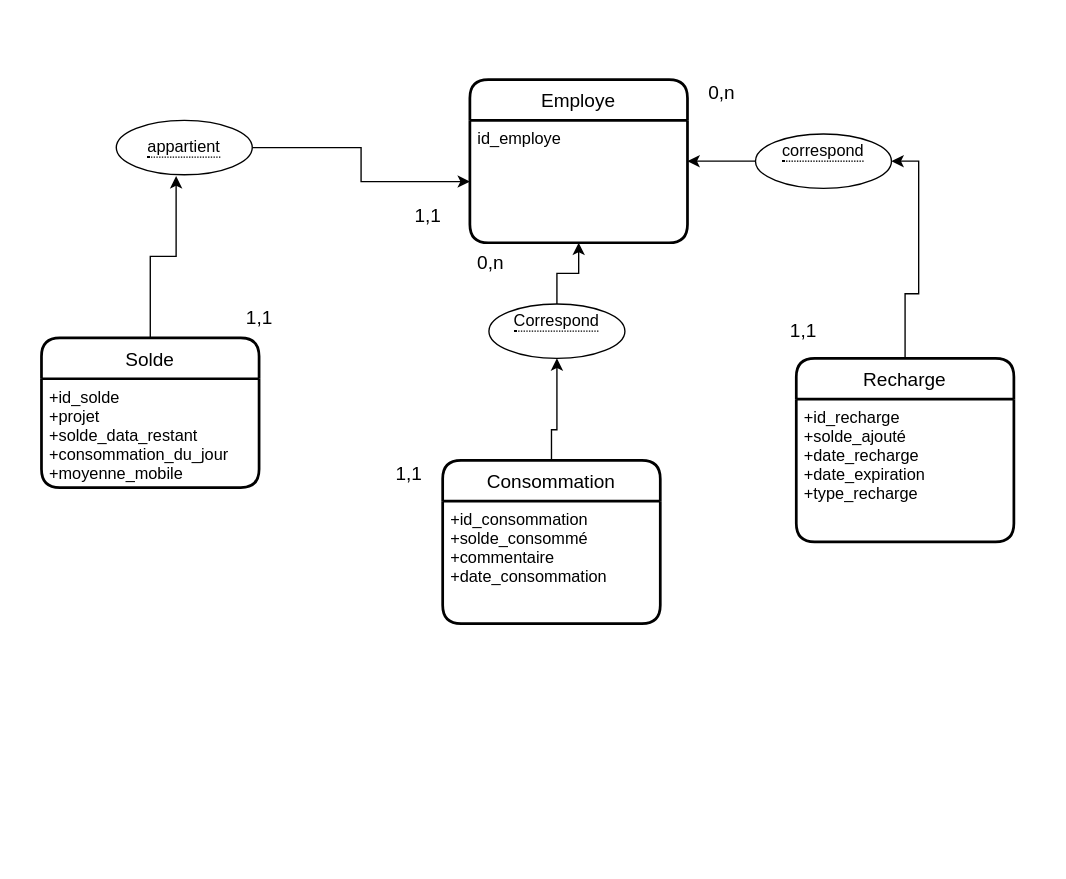
Earlier version of the draw.io diagram Untitled Diagram.drawio (BriceCG/MIGRATION_MIM). Source tidied: cells renumbered, new cells numbered last; positions are measured from the earlier drawing's top-left corner, leaving out a move shared by most shapes. Both pictures are drawn from the tidied source at 136%, with x=0, y=0 at pixel (41, 79).
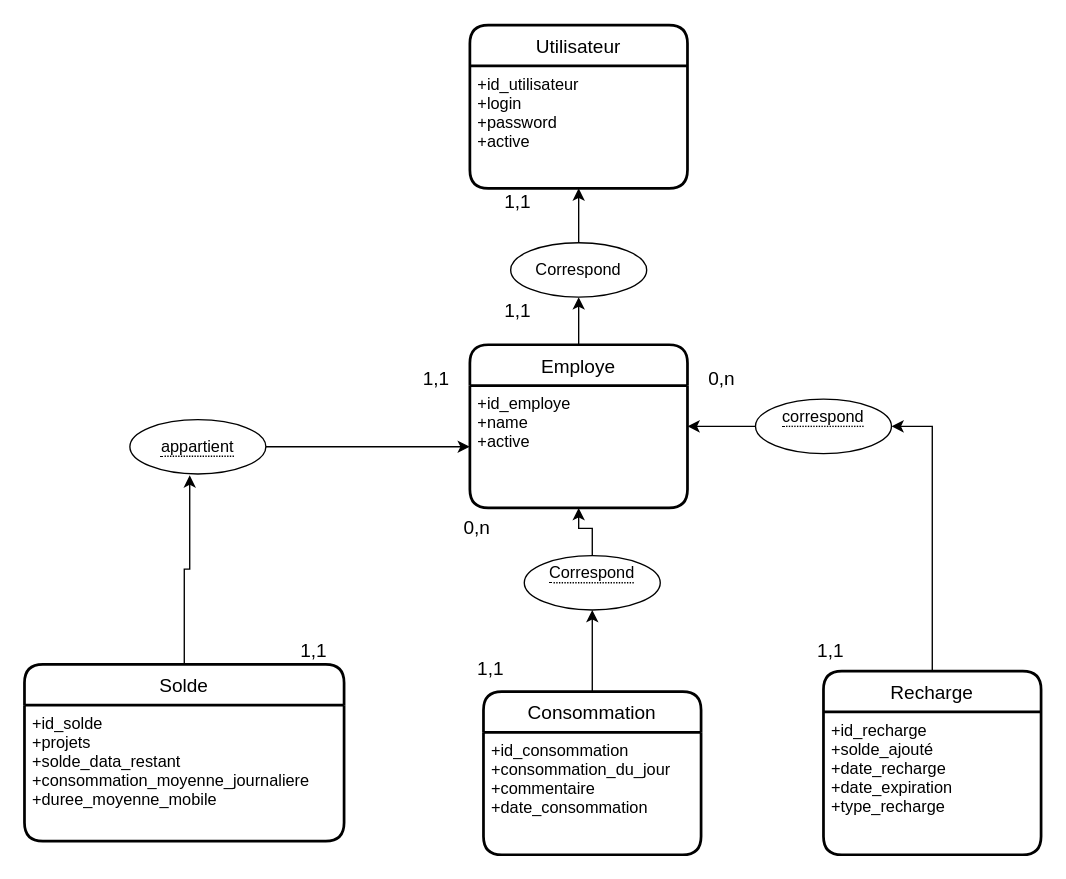
The same diagram, later.

Change to the diagram source:
```diff
@@
     <mxCell id="3" value="&lt;span style=&quot;border-bottom: 1px dotted&quot;&gt;correspond&lt;br&gt;&lt;br&gt;&lt;/span&gt;" style="ellipse;whiteSpace=wrap;html=1;align=center;" parent="1" vertex="1">
-      <mxGeometry x="525" y="40" width="100" height="40" as="geometry" />
+      <mxGeometry x="525" y="235" width="100" height="40" as="geometry" />
     </mxCell>
@@
     <mxCell id="5" value="&lt;font style=&quot;font-size: 14px&quot;&gt;1,1&lt;/font&gt;" style="text;html=1;align=center;verticalAlign=middle;" parent="1" vertex="1">
-      <mxGeometry x="545" y="175" width="30" height="20" as="geometry" />
+      <mxGeometry x="565" y="410" width="30" height="20" as="geometry" />
     </mxCell>
     <mxCell id="6" value="&lt;font style=&quot;font-size: 14px&quot;&gt;0,n&lt;/font&gt;" style="text;html=1;align=center;verticalAlign=middle;" parent="1" vertex="1">
-      <mxGeometry x="485" width="30" height="20" as="geometry" />
+      <mxGeometry x="485" y="210" width="30" height="20" as="geometry" />
     </mxCell>
@@
     <mxCell id="9" value="&lt;span style=&quot;border-bottom: 1px dotted&quot;&gt;Correspond&lt;br&gt;&lt;br&gt;&lt;/span&gt;" style="ellipse;whiteSpace=wrap;html=1;align=center;" parent="1" vertex="1">
-      <mxGeometry x="329" y="165" width="100" height="40" as="geometry" />
+      <mxGeometry x="355" y="350" width="100" height="40" as="geometry" />
     </mxCell>
@@
     <mxCell id="11" value="&lt;font style=&quot;font-size: 14px&quot;&gt;1,1&lt;/font&gt;" style="text;html=1;align=center;verticalAlign=middle;" parent="1" vertex="1">
-      <mxGeometry x="255" y="280" width="30" height="20" as="geometry" />
+      <mxGeometry x="315" y="422.5" width="30" height="20" as="geometry" />
     </mxCell>
     <mxCell id="12" value="&lt;font style=&quot;font-size: 14px&quot;&gt;0,n&lt;/font&gt;" style="text;html=1;align=center;verticalAlign=middle;" parent="1" vertex="1">
-      <mxGeometry x="315" y="125" width="30" height="20" as="geometry" />
+      <mxGeometry x="305" y="320" width="30" height="20" as="geometry" />
     </mxCell>
@@
     <mxCell id="14" value="&lt;span style=&quot;border-bottom: 1px dotted&quot;&gt;appartient&lt;/span&gt;" style="ellipse;whiteSpace=wrap;html=1;align=center;" parent="1" vertex="1">
-      <mxGeometry x="55" y="30" width="100" height="40" as="geometry" />
+      <mxGeometry x="65" y="250" width="100" height="40" as="geometry" />
     </mxCell>
     <mxCell id="15" value="&lt;font style=&quot;font-size: 14px&quot;&gt;1,1&lt;/font&gt;" style="text;html=1;align=center;verticalAlign=middle;" parent="1" vertex="1">
-      <mxGeometry x="145" y="165" width="30" height="20" as="geometry" />
+      <mxGeometry x="185" y="410" width="30" height="20" as="geometry" />
     </mxCell>
     <mxCell id="16" value="&lt;font style=&quot;font-size: 14px&quot;&gt;1,1&lt;/font&gt;" style="text;html=1;align=center;verticalAlign=middle;" parent="1" vertex="1">
-      <mxGeometry x="269" y="90" width="30" height="20" as="geometry" />
+      <mxGeometry x="275" y="210" width="30" height="20" as="geometry" />
     </mxCell>
-    <mxCell id="17" value="Employe" style="swimlane;horizontal=1;startSize=30;rounded=1;fontSize=14;fontStyle=0;strokeWidth=2;shadow=0;dashed=0;align=center;" parent="1" vertex="1">
-      <mxGeometry x="315" width="160" height="120" as="geometry" />
-    </mxCell>
-    <mxCell id="18" value="id_employe" style="align=left;strokeColor=none;fillColor=none;spacingLeft=4;fontSize=12;verticalAlign=top;" parent="17" vertex="1">
-      <mxGeometry y="30" width="160" height="90" as="geometry" />
-    </mxCell>
-    <mxCell id="19" value="Recharge" style="swimlane;horizontal=1;startSize=30;rounded=1;fontSize=14;fontStyle=0;strokeWidth=2;shadow=0;dashed=0;align=center;" parent="1" vertex="1">
-      <mxGeometry x="555" y="205" width="160" height="135" as="geometry" />
-    </mxCell>
-    <mxCell id="20" value="+id_recharge&#10;+solde_ajouté&#10;+date_recharge&#10;+date_expiration&#10;+type_recharge" style="align=left;strokeColor=none;fillColor=none;spacingLeft=4;fontSize=12;verticalAlign=top;" parent="19" vertex="1">
-      <mxGeometry y="30" width="160" height="105" as="geometry" />
-    </mxCell>
     <mxCell id="21" value="Solde" style="swimlane;horizontal=1;startSize=30;rounded=1;fontSize=14;fontStyle=0;strokeWidth=2;shadow=0;dashed=0;align=center;" parent="1" vertex="1">
-      <mxGeometry y="190" width="160" height="110" as="geometry" />
+      <mxGeometry x="-12.5" y="430" width="235" height="130" as="geometry" />
     </mxCell>
-    <mxCell id="22" value="+id_solde&#10;+projet&#10;+solde_data_restant&#10;+consommation_du_jour&#10;+moyenne_mobile" style="align=left;strokeColor=none;fillColor=none;spacingLeft=4;fontSize=12;verticalAlign=top;" parent="21" vertex="1">
-      <mxGeometry y="30" width="160" height="80" as="geometry" />
+    <mxCell id="22" value="+id_solde&#10;+projets&#10;+solde_data_restant&#10;+consommation_moyenne_journaliere&#10;+duree_moyenne_mobile" style="align=left;strokeColor=none;fillColor=none;spacingLeft=4;fontSize=12;verticalAlign=top;" parent="21" vertex="1">
+      <mxGeometry y="30" width="235" height="100" as="geometry" />
     </mxCell>
     <mxCell id="23" value="Consommation" style="swimlane;horizontal=1;startSize=30;rounded=1;fontSize=14;fontStyle=0;strokeWidth=2;shadow=0;dashed=0;align=center;" parent="1" vertex="1">
-      <mxGeometry x="295" y="280" width="160" height="120" as="geometry" />
+      <mxGeometry x="325" y="450" width="160" height="120" as="geometry" />
     </mxCell>
-    <mxCell id="24" value="+id_consommation&#10;+solde_consommé&#10;+commentaire&#10;+date_consommation" style="align=left;strokeColor=none;fillColor=none;spacingLeft=4;fontSize=12;verticalAlign=top;" parent="23" vertex="1">
+    <mxCell id="24" value="+id_consommation&#10;+consommation_du_jour&#10;+commentaire&#10;+date_consommation" style="align=left;strokeColor=none;fillColor=none;spacingLeft=4;fontSize=12;verticalAlign=top;" parent="23" vertex="1">
       <mxGeometry y="30" width="160" height="90" as="geometry" />
     </mxCell>
+    <mxCell id="25" style="edgeStyle=orthogonalEdgeStyle;rounded=0;jettySize=auto;html=1;entryX=0.5;entryY=1;entryDx=0;entryDy=0;" parent="1" edge="1" source="17" target="27">
+      <mxGeometry relative="1" as="geometry" />
+    </mxCell>
+    <mxCell id="17" value="Employe" style="swimlane;horizontal=1;startSize=30;rounded=1;fontSize=14;fontStyle=0;strokeWidth=2;shadow=0;dashed=0;align=center;" parent="1" vertex="1">
+      <mxGeometry x="315" y="195" width="160" height="120" as="geometry" />
+    </mxCell>
+    <mxCell id="18" value="+id_employe&#10;+name&#10;+active" style="align=left;strokeColor=none;fillColor=none;spacingLeft=4;fontSize=12;verticalAlign=top;" parent="17" vertex="1">
+      <mxGeometry y="30" width="160" height="90" as="geometry" />
+    </mxCell>
+    <mxCell id="26" style="edgeStyle=orthogonalEdgeStyle;rounded=0;jettySize=auto;html=1;" parent="1" edge="1" source="27" target="29">
+      <mxGeometry relative="1" as="geometry" />
+    </mxCell>
+    <mxCell id="27" value="Correspond" style="ellipse;whiteSpace=wrap;html=1;align=center;" parent="1" vertex="1">
+      <mxGeometry x="345" y="120" width="100" height="40" as="geometry" />
+    </mxCell>
+    <mxCell id="28" value="Utilisateur" style="swimlane;horizontal=1;startSize=30;rounded=1;fontSize=14;fontStyle=0;strokeWidth=2;shadow=0;dashed=0;align=center;" parent="1" vertex="1">
+      <mxGeometry x="315" y="-40" width="160" height="120" as="geometry" />
+    </mxCell>
+    <mxCell id="29" value="+id_utilisateur&#10;+login&#10;+password&#10;+active" style="align=left;strokeColor=none;fillColor=none;spacingLeft=4;fontSize=12;verticalAlign=top;" parent="28" vertex="1">
+      <mxGeometry y="30" width="160" height="90" as="geometry" />
+    </mxCell>
+    <mxCell id="30" value="&lt;font style=&quot;font-size: 14px&quot;&gt;1,1&lt;/font&gt;" style="text;html=1;align=center;verticalAlign=middle;" parent="1" vertex="1">
+      <mxGeometry x="335" y="160" width="30" height="20" as="geometry" />
+    </mxCell>
+    <mxCell id="31" value="&lt;font style=&quot;font-size: 14px&quot;&gt;1,1&lt;/font&gt;" style="text;html=1;align=center;verticalAlign=middle;" parent="1" vertex="1">
+      <mxGeometry x="335" y="80" width="30" height="20" as="geometry" />
+    </mxCell>
+    <mxCell id="19" value="Recharge" style="swimlane;horizontal=1;startSize=30;rounded=1;fontSize=14;fontStyle=0;strokeWidth=2;shadow=0;dashed=0;align=center;" parent="1" vertex="1">
+      <mxGeometry x="575" y="435" width="160" height="135" as="geometry" />
+    </mxCell>
+    <mxCell id="20" value="+id_recharge&#10;+solde_ajouté&#10;+date_recharge&#10;+date_expiration&#10;+type_recharge" style="align=left;strokeColor=none;fillColor=none;spacingLeft=4;fontSize=12;verticalAlign=top;" parent="19" vertex="1">
+      <mxGeometry y="30" width="160" height="105" as="geometry" />
+    </mxCell>
```
